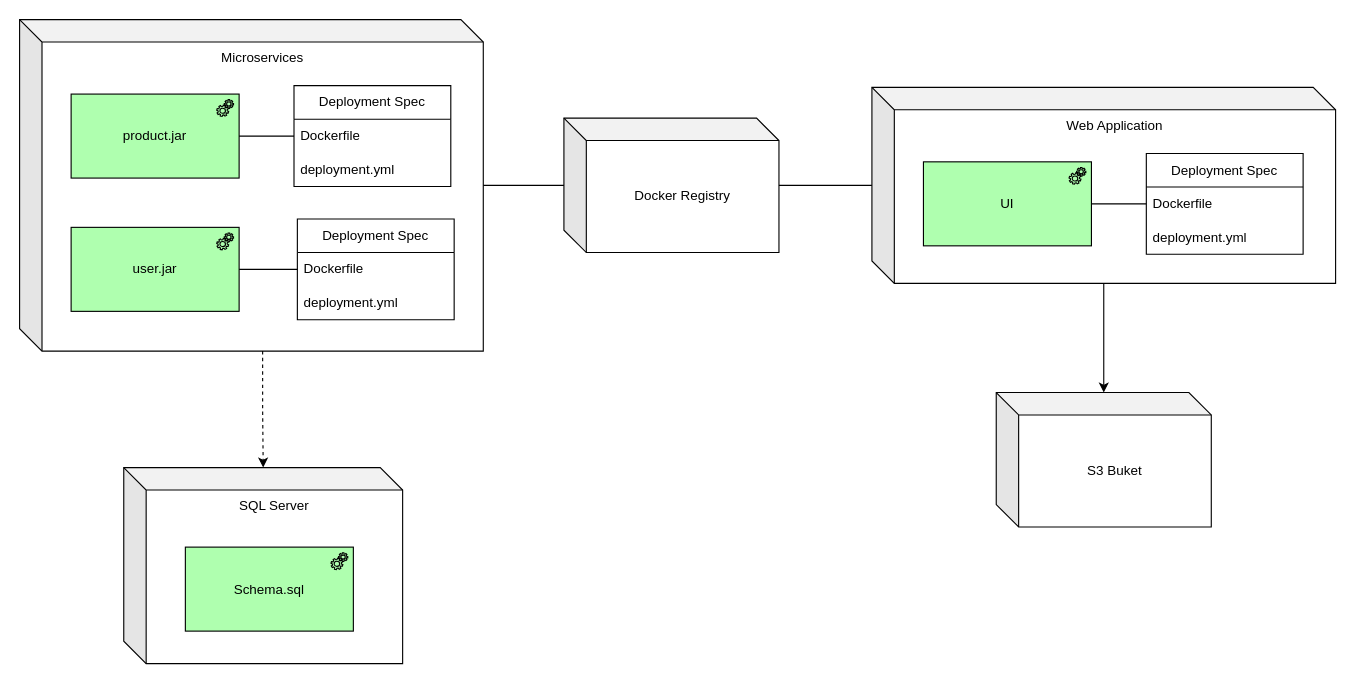
Before: page "deployment" (2 of 7) of architecture/latency-afficionados/01.overall.architecture.drawio in codegik/pocs, a draw.io diagram. Source tidied: cells renumbered, new cells numbered last; positions are measured from the earlier drawing's top-left corner, leaving out a move shared by most shapes. Both pictures are drawn from the tidied source at 112%, with x=0, y=0 at pixel (19, 19).
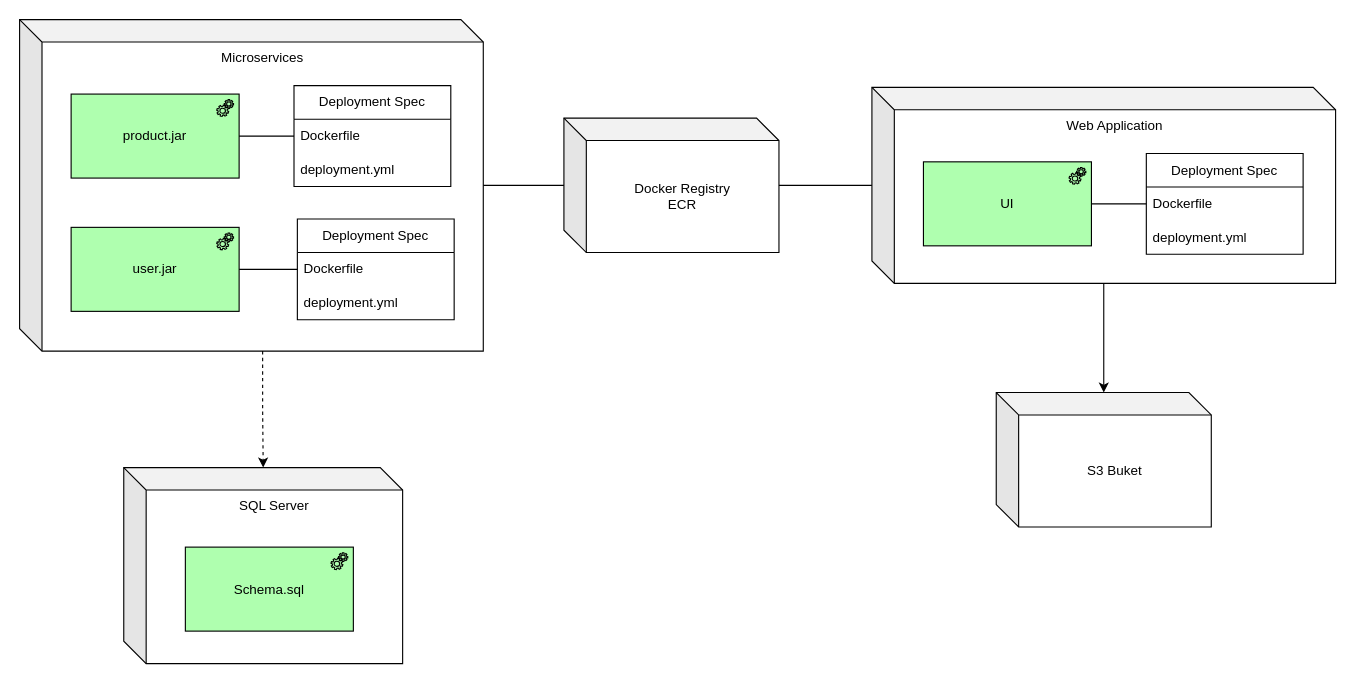
After the change.

Change to the diagram source:
```diff
@@
-    <mxCell id="9" value="Docker Registry" style="shape=cube;whiteSpace=wrap;html=1;boundedLbl=1;backgroundOutline=1;darkOpacity=0.05;darkOpacity2=0.1;" parent="1" vertex="1">
+    <mxCell id="9" value="Docker Registry&lt;br&gt;ECR" style="shape=cube;whiteSpace=wrap;html=1;boundedLbl=1;backgroundOutline=1;darkOpacity=0.05;darkOpacity2=0.1;" parent="1" vertex="1">
       <mxGeometry x="486" y="88" width="192" height="120" as="geometry" />
     </mxCell>
```
